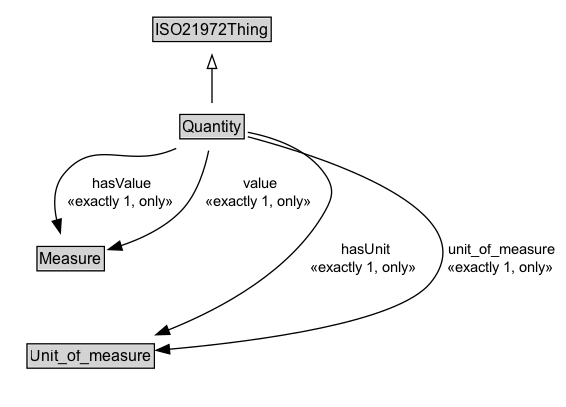
Earlier version of the Graphviz export docs/diagrams/Quantity.dot.png (ISO-TC204/ontology-i72-v1). Its source is kept beside it as docs/diagrams/Quantity.dot. The source it was exported from:
```dot
digraph {
	graph [overlap=false rankdir=TB splines=true]
	node [fontname=Arial fontsize=12 margin=0 shape=none]
	edge [fontname=Arial fontsize=11]
	{
		rank=max
		Quantity [label=<<TABLE BORDER="1" CELLBORDER="0" CELLSPACING="0" CELLPADDING="1"><TR><TD BGCOLOR="lightgray" ALIGN="CENTER" PORT="e">Quantity</TD></TR></TABLE>> URL="../Quantity.md" margin=0]
	}
	subgraph cluster_associated {
		label="" style=invis
		Invis [label=<<TABLE BORDER="0" CELLBORDER="0" CELLSPACING="0" CELLPADDING="1"><TR><TD></TD></TR></TABLE>> margin=0 style=invis]
		Measure [label=<<TABLE BORDER="1" CELLBORDER="0" CELLSPACING="0" CELLPADDING="1"><TR><TD BGCOLOR="lightgray" ALIGN="CENTER">Measure</TD></TR></TABLE>> URL="../Measure.md" margin=0]
		Unit_of_measure [label=<<TABLE BORDER="1" CELLBORDER="0" CELLSPACING="0" CELLPADDING="1"><TR><TD BGCOLOR="lightgray" ALIGN="CENTER">Unit_of_measure</TD></TR></TABLE>> URL="../Unit_of_measure.md" margin=0]
	}
	ISO21972Thing [label=<<TABLE BORDER="1" CELLBORDER="0" CELLSPACING="0" CELLPADDING="1"><TR><TD BGCOLOR="lightgray" ALIGN="CENTER">ISO21972Thing</TD></TR></TABLE>> URL="../ISO21972Thing.md" margin=0]
	Quantity -> ISO21972Thing [arrowhead=onormal style=solid]
	Quantity -> Invis [style=invis]
	Invis -> Measure [style=invis]
	Measure -> Unit_of_measure [style=invis]
	Quantity -> Unit_of_measure [label=" hasUnit
 «exactly 1, only»  " arrowhead=normal style=solid]
	Quantity -> Measure [label=" hasValue
 «exactly 1, only»  " arrowhead=normal style=solid]
	Quantity -> Unit_of_measure [label=" unit_of_measure
 «exactly 1, only»  " arrowhead=normal style=solid]
	Quantity -> Measure [label=" value
 «exactly 1, only»  " arrowhead=normal style=solid]
}
```
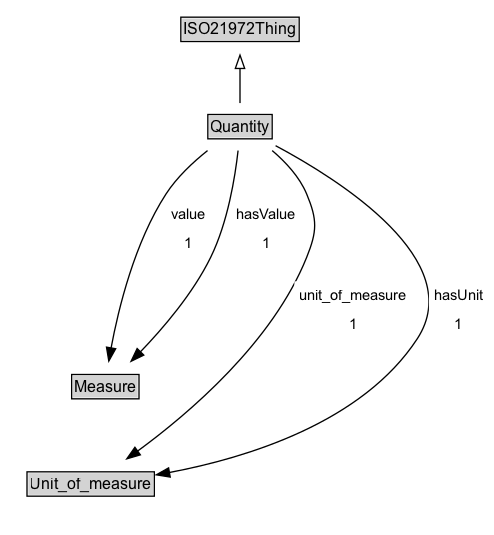
After the change.

Diff of the diagram source:
```diff
@@ -3,26 +3,27 @@
 	node [fontname=Arial fontsize=12 margin=0 shape=none]
 	edge [fontname=Arial fontsize=11]
 	{
+		rank=source
+		ISO21972Thing [label=<<TABLE BORDER="1" CELLBORDER="0" CELLSPACING="0" CELLPADDING="1"><TR><TD BGCOLOR="lightgray" ALIGN="CENTER">ISO21972Thing</TD></TR></TABLE>> URL="../ISO21972Thing" margin=0]
+	}
+	Quantity [label=<<TABLE BORDER="1" CELLBORDER="0" CELLSPACING="0" CELLPADDING="1"><TR><TD BGCOLOR="lightgray" ALIGN="CENTER">Quantity</TD></TR></TABLE>> URL="../Quantity" margin=0]
+	{
 		rank=max
-		Quantity [label=<<TABLE BORDER="1" CELLBORDER="0" CELLSPACING="0" CELLPADDING="1"><TR><TD BGCOLOR="lightgray" ALIGN="CENTER" PORT="e">Quantity</TD></TR></TABLE>> URL="../Quantity.md" margin=0]
 	}
 	subgraph cluster_associated {
 		label="" style=invis
 		Invis [label=<<TABLE BORDER="0" CELLBORDER="0" CELLSPACING="0" CELLPADDING="1"><TR><TD></TD></TR></TABLE>> margin=0 style=invis]
-		Measure [label=<<TABLE BORDER="1" CELLBORDER="0" CELLSPACING="0" CELLPADDING="1"><TR><TD BGCOLOR="lightgray" ALIGN="CENTER">Measure</TD></TR></TABLE>> URL="../Measure.md" margin=0]
-		Unit_of_measure [label=<<TABLE BORDER="1" CELLBORDER="0" CELLSPACING="0" CELLPADDING="1"><TR><TD BGCOLOR="lightgray" ALIGN="CENTER">Unit_of_measure</TD></TR></TABLE>> URL="../Unit_of_measure.md" margin=0]
+		Measure [label=<<TABLE BORDER="1" CELLBORDER="0" CELLSPACING="0" CELLPADDING="1"><TR><TD BGCOLOR="lightgray" ALIGN="CENTER">Measure</TD></TR></TABLE>> URL="../Measure" margin=0]
+		Unit_of_measure [label=<<TABLE BORDER="1" CELLBORDER="0" CELLSPACING="0" CELLPADDING="1"><TR><TD BGCOLOR="lightgray" ALIGN="CENTER">Unit_of_measure</TD></TR></TABLE>> URL="../Unit_of_measure" margin=0]
 	}
-	ISO21972Thing [label=<<TABLE BORDER="1" CELLBORDER="0" CELLSPACING="0" CELLPADDING="1"><TR><TD BGCOLOR="lightgray" ALIGN="CENTER">ISO21972Thing</TD></TR></TABLE>> URL="../ISO21972Thing.md" margin=0]
 	Quantity -> ISO21972Thing [arrowhead=onormal style=solid]
 	Quantity -> Invis [style=invis]
 	Invis -> Measure [style=invis]
 	Measure -> Unit_of_measure [style=invis]
-	Quantity -> Unit_of_measure [label=" hasUnit
- «exactly 1, only»  " arrowhead=normal style=solid]
-	Quantity -> Measure [label=" hasValue
- «exactly 1, only»  " arrowhead=normal style=solid]
-	Quantity -> Unit_of_measure [label=" unit_of_measure
- «exactly 1, only»  " arrowhead=normal style=solid]
-	Quantity -> Measure [label=" value
- «exactly 1, only»  " arrowhead=normal style=solid]
+	Unit_of_measure [label=<<TABLE BORDER="1" CELLBORDER="0" CELLSPACING="0" CELLPADDING="1"><TR><TD BGCOLOR="lightgray" ALIGN="CENTER">Unit_of_measure</TD></TR></TABLE>> URL="../Unit_of_measure" margin=0]
+	Quantity -> Unit_of_measure [label=<<TABLE BORDER="0" CELLBORDER="0" CELLSPACING="0" CELLPADDING="4" BGCOLOR="white"><TR><TD ALIGN="CENTER">unit_of_measure</TD></TR><TR><TD ALIGN="CENTER">1</TD></TR></TABLE>> arrowhead=normal style=solid]
+	Measure [label=<<TABLE BORDER="1" CELLBORDER="0" CELLSPACING="0" CELLPADDING="1"><TR><TD BGCOLOR="lightgray" ALIGN="CENTER">Measure</TD></TR></TABLE>> URL="../Measure" margin=0]
+	Quantity -> Measure [label=<<TABLE BORDER="0" CELLBORDER="0" CELLSPACING="0" CELLPADDING="4" BGCOLOR="white"><TR><TD ALIGN="CENTER">value</TD></TR><TR><TD ALIGN="CENTER">1</TD></TR></TABLE>> arrowhead=normal style=solid]
+	Quantity -> Measure [label=<<TABLE BORDER="0" CELLBORDER="0" CELLSPACING="0" CELLPADDING="4" BGCOLOR="white"><TR><TD ALIGN="CENTER">hasValue</TD></TR><TR><TD ALIGN="CENTER">1</TD></TR></TABLE>> arrowhead=normal style=solid]
+	Quantity -> Unit_of_measure [label=<<TABLE BORDER="0" CELLBORDER="0" CELLSPACING="0" CELLPADDING="4" BGCOLOR="white"><TR><TD ALIGN="CENTER">hasUnit</TD></TR><TR><TD ALIGN="CENTER">1</TD></TR></TABLE>> arrowhead=normal style=solid]
 }
```
